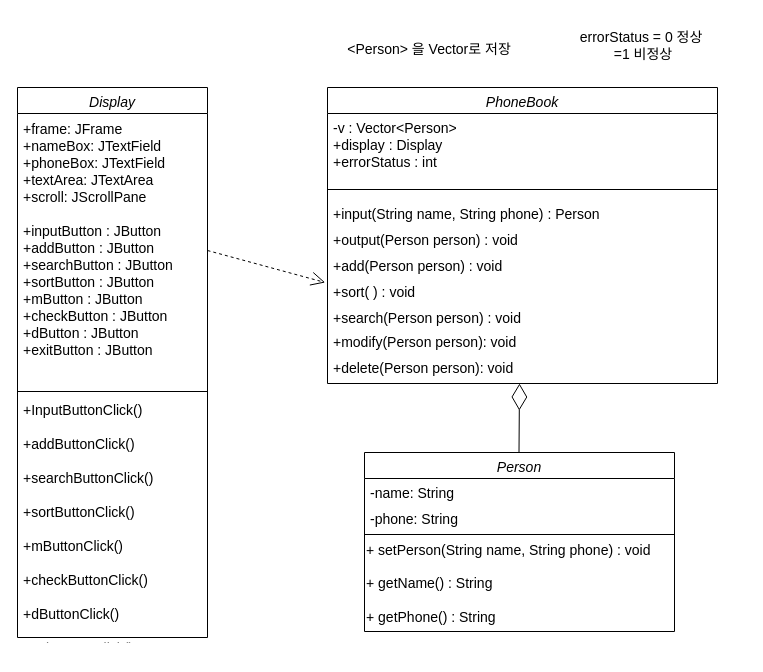
Earlier version of the draw.io diagram 순서도/전화번호부 클래스다이어그램_java.drawio (skatld123/PH_list_java). Source tidied: cells renumbered, new cells numbered last; positions are measured from the earlier drawing's top-left corner, leaving out a move shared by most shapes. Both pictures are drawn from the tidied source at 100%, with x=0, y=0 at pixel (17, 17).
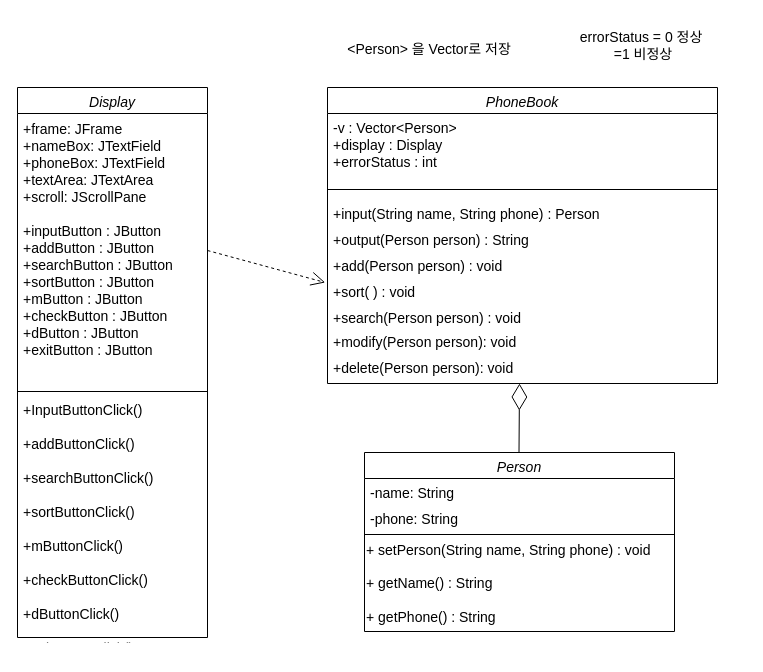
Above is the later version.

Commit message:
전화번호부 클래스다이어그램_java.drawio 업데이트

Unchanged cells that the change refers to:
```xml
<mxCell id="2" value="PhoneBook" style="swimlane;fontStyle=2;align=center;verticalAlign=top;horizontal=1;startSize=26;rounded=0;shadow=0;strokeWidth=1;fontSize=14;" parent="1" vertex="1">
  <mxGeometry x="310" y="70" width="390" height="296" as="geometry" />
</mxCell>
```

Change to the diagram source:
```diff
@@
-    <mxCell id="6" value="+output(Person person) : void " style="text;strokeColor=none;fillColor=none;align=left;verticalAlign=top;spacingLeft=4;spacingRight=4;overflow=hidden;fontSize=14;" parent="2" vertex="1">
+    <mxCell id="6" value="+output(Person person) : String" style="text;strokeColor=none;fillColor=none;align=left;verticalAlign=top;spacingLeft=4;spacingRight=4;overflow=hidden;fontSize=14;" parent="2" vertex="1">
       <mxGeometry y="138" width="390" height="26" as="geometry" />
     </mxCell>
```
